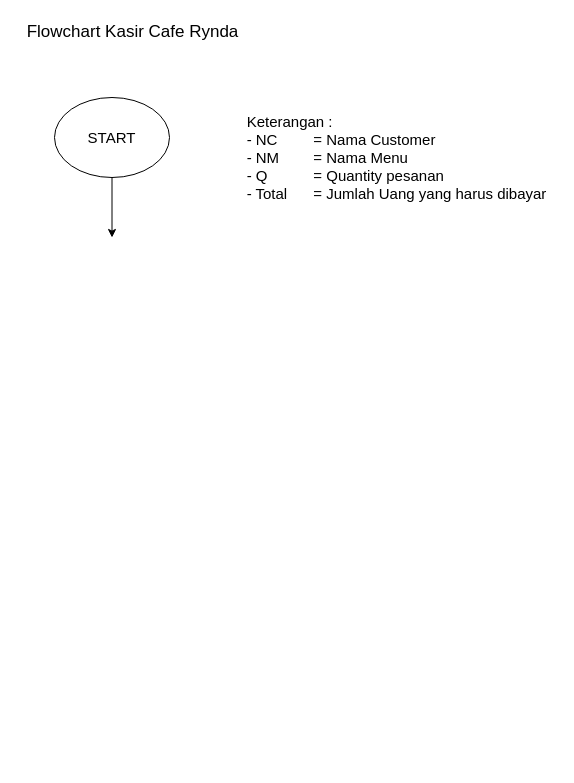
meiryndalr/MeiryndaLR-kasir-rynda-cafe keeps this draw.io diagram as flowchart.drawio. Above is the earlier version. Source tidied: cells renumbered, new cells numbered last; positions are measured from the earlier drawing's top-left corner, leaving out a move shared by most shapes. Both pictures are drawn from the tidied source at 100%, with x=0, y=0 at pixel (16, 17).
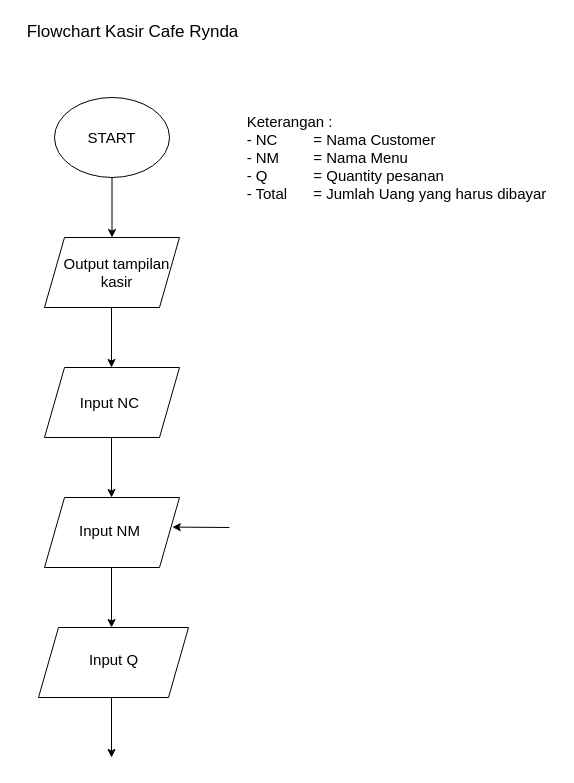
The same diagram, later.

Commit message:
menambahkan chart output, input variabel NG,NM dan Q

The edit, as a diff of the source:
```diff
@@
+    <mxCell id="7" style="shape=parallelogram;perimeter=parallelogramPerimeter;whiteSpace=wrap;html=1;fixedSize=1;fontSize=15;strokeWidth=1;" parent="1" vertex="1">
+      <mxGeometry x="28" y="220" width="135" height="70" as="geometry" />
+    </mxCell>
+    <mxCell id="8" value="Output tampilan &lt;br&gt;kasir" style="text;html=1;align=center;verticalAlign=middle;fillColor=none;strokeColor=none;rounded=0;fontSize=15;" parent="1" vertex="1">
+      <mxGeometry x="40" y="235" width="120" height="40" as="geometry" />
+    </mxCell>
+    <mxCell id="9" style="endArrow=classic;html=1;fontSize=15;exitX=0.5;exitY=1;exitDx=0;exitDy=0;entryX=0.5;entryY=0;entryDx=0;entryDy=0;" parent="1" edge="1">
+      <mxGeometry relative="1" as="geometry">
+        <mxPoint x="95" y="290" as="sourcePoint" />
+        <mxPoint x="95" y="350" as="targetPoint" />
+      </mxGeometry>
+    </mxCell>
+    <mxCell id="10" style="shape=parallelogram;perimeter=parallelogramPerimeter;whiteSpace=wrap;html=1;fixedSize=1;fontSize=15;strokeWidth=1;" parent="1" vertex="1">
+      <mxGeometry x="28" y="350" width="135" height="70" as="geometry" />
+    </mxCell>
+    <mxCell id="11" value="Input NC&amp;nbsp;" style="text;html=1;align=center;verticalAlign=middle;fillColor=none;strokeColor=none;rounded=0;fontSize=15;" parent="1" vertex="1">
+      <mxGeometry x="55" y="375" width="80" height="20" as="geometry" />
+    </mxCell>
+    <mxCell id="12" style="endArrow=classic;html=1;fontSize=15;exitX=0.5;exitY=1;exitDx=0;exitDy=0;entryX=0.5;entryY=0;entryDx=0;entryDy=0;" parent="1" edge="1">
+      <mxGeometry relative="1" as="geometry">
+        <mxPoint x="95" y="420" as="sourcePoint" />
+        <mxPoint x="95" y="480" as="targetPoint" />
+      </mxGeometry>
+    </mxCell>
+    <mxCell id="13" style="shape=parallelogram;perimeter=parallelogramPerimeter;whiteSpace=wrap;html=1;fixedSize=1;fontSize=15;strokeWidth=1;" parent="1" vertex="1">
+      <mxGeometry x="28" y="480" width="135" height="70" as="geometry" />
+    </mxCell>
+    <mxCell id="14" value="Input NM" style="text;html=1;align=center;verticalAlign=middle;fillColor=none;strokeColor=none;rounded=0;fontSize=15;" parent="1" vertex="1">
+      <mxGeometry x="53" y="503" width="80" height="20" as="geometry" />
+    </mxCell>
+    <mxCell id="15" style="endArrow=classic;html=1;fontSize=15;exitX=0.5;exitY=1;exitDx=0;exitDy=0;entryX=0.5;entryY=0;entryDx=0;entryDy=0;" parent="1" edge="1">
+      <mxGeometry relative="1" as="geometry">
+        <mxPoint x="95" y="550" as="sourcePoint" />
+        <mxPoint x="95" y="610" as="targetPoint" />
+      </mxGeometry>
+    </mxCell>
+    <mxCell id="16" style="shape=parallelogram;perimeter=parallelogramPerimeter;whiteSpace=wrap;html=1;fixedSize=1;fontSize=15;strokeWidth=1;" parent="1" vertex="1">
+      <mxGeometry x="22" y="610" width="150" height="70" as="geometry" />
+    </mxCell>
+    <mxCell id="17" value="Input Q" style="text;html=1;align=center;verticalAlign=middle;fillColor=none;strokeColor=none;rounded=0;fontSize=15;" parent="1" vertex="1">
+      <mxGeometry x="67" y="632" width="60" height="20" as="geometry" />
+    </mxCell>
+    <mxCell id="18" style="endArrow=classic;html=1;fontSize=15;exitX=0.5;exitY=1;exitDx=0;exitDy=0;entryX=0.5;entryY=0;entryDx=0;entryDy=0;" parent="1" edge="1">
+      <mxGeometry relative="1" as="geometry">
+        <mxPoint x="95" y="680" as="sourcePoint" />
+        <mxPoint x="95" y="740" as="targetPoint" />
+      </mxGeometry>
+    </mxCell>
+    <mxCell id="19" style="endArrow=classic;html=1;fontSize=15;entryX=1.007;entryY=0.39;entryDx=0;entryDy=0;entryPerimeter=0;" parent="1" edge="1">
+      <mxGeometry relative="1" as="geometry">
+        <mxPoint x="213" y="510" as="sourcePoint" />
+        <mxPoint x="155.8" y="509.6" as="targetPoint" />
+      </mxGeometry>
+    </mxCell>
```
